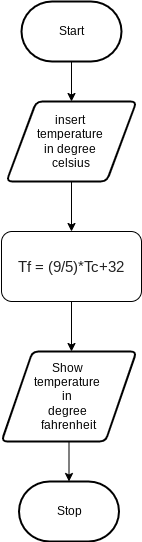
Huzaifa-Khalid-2/ICS3U-Unit5-01-Python keeps this draw.io diagram as flowchart.png. Above is the earlier version. Source tidied: cells renumbered, new cells last; positions are measured from the earlier drawing's top-left corner, leaving out a move shared by most shapes.
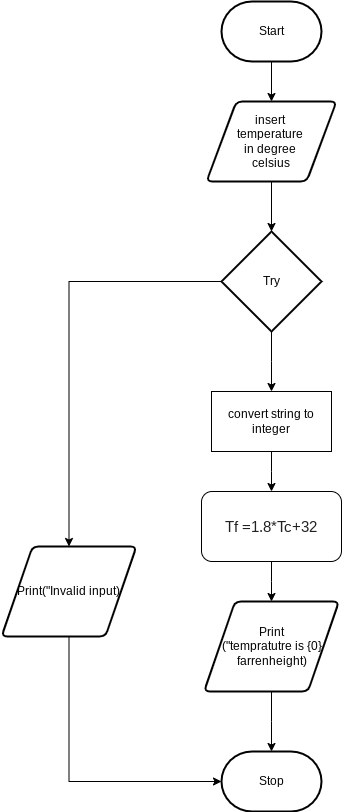
After the commit.

Diff of the diagram source:
```diff
@@ -16,22 +16,52 @@
     <mxCell id="5" value="insert &lt;br&gt;temperature &lt;br&gt;in degree &lt;br&gt;celsius" style="shape=parallelogram;html=1;strokeWidth=2;perimeter=parallelogramPerimeter;whiteSpace=wrap;rounded=1;arcSize=12;size=0.23;" parent="1" vertex="1">
       <mxGeometry x="5" y="100" width="130" height="80" as="geometry" />
     </mxCell>
-    <mxCell id="6" style="edgeStyle=none;html=1;" parent="1" edge="1" source="7">
-      <mxGeometry relative="1" as="geometry">
-        <mxPoint x="70" y="350" as="targetPoint" />
-      </mxGeometry>
-    </mxCell>
+    <mxCell id="11" style="edgeStyle=elbowEdgeStyle;rounded=0;elbow=vertical;html=1;entryX=0.5;entryY=0;entryDx=0;entryDy=0;" parent="1" edge="1" source="7" target="20">
+      <mxGeometry relative="1" as="geometry" />
+    </mxCell>
-    <mxCell id="7" value="&lt;span style=&quot;color: rgb(33 , 33 , 33) ; font-family: &amp;#34;lato&amp;#34; , sans-serif ; font-size: 14.6667px ; text-align: left&quot;&gt;Tf = (9/5)*Tc+32&lt;/span&gt;" style="rounded=1;whiteSpace=wrap;html=1;glass=0;" parent="1" vertex="1">
-      <mxGeometry y="230" width="140" height="70" as="geometry" />
+    <mxCell id="7" value="&lt;span style=&quot;color: rgb(33 , 33 , 33) ; font-family: &amp;#34;lato&amp;#34; , sans-serif ; font-size: 14.6667px ; text-align: left&quot;&gt;Tf =1.8*Tc+32&lt;/span&gt;" style="rounded=1;whiteSpace=wrap;html=1;glass=0;" parent="1" vertex="1">
+      <mxGeometry y="490" width="140" height="70" as="geometry" />
     </mxCell>
-    <mxCell id="8" style="edgeStyle=none;html=1;" parent="1" edge="1" source="9" target="10">
-      <mxGeometry relative="1" as="geometry" />
-    </mxCell>
-    <mxCell id="9" value="Show &lt;br&gt;temperature &lt;br&gt;in &lt;br&gt;degree &lt;br&gt;fahrenheit" style="shape=parallelogram;html=1;strokeWidth=2;perimeter=parallelogramPerimeter;whiteSpace=wrap;rounded=1;arcSize=12;size=0.23;" parent="1" vertex="1">
-      <mxGeometry y="350" width="135" height="90" as="geometry" />
-    </mxCell>
     <mxCell id="10" value="Stop" style="strokeWidth=2;html=1;shape=mxgraph.flowchart.terminator;whiteSpace=wrap;" parent="1" vertex="1">
-      <mxGeometry x="17.5" y="480" width="100" height="60" as="geometry" />
+      <mxGeometry x="20" y="750" width="100" height="60" as="geometry" />
     </mxCell>
+    <mxCell id="12" style="edgeStyle=elbowEdgeStyle;html=1;rounded=0;elbow=vertical;entryX=0.5;entryY=0;entryDx=0;entryDy=0;" parent="1" edge="1" source="14" target="16">
+      <mxGeometry relative="1" as="geometry">
+        <Array as="points">
+          <mxPoint x="-30" y="280" />
+          <mxPoint x="-70" y="270" />
+        </Array>
+      </mxGeometry>
+    </mxCell>
+    <mxCell id="13" style="edgeStyle=elbowEdgeStyle;rounded=0;elbow=vertical;html=1;entryX=0.5;entryY=0;entryDx=0;entryDy=0;" parent="1" edge="1" source="14">
+      <mxGeometry relative="1" as="geometry">
+        <mxPoint x="70" y="390" as="targetPoint" />
+      </mxGeometry>
+    </mxCell>
+    <mxCell id="14" value="Try" style="strokeWidth=2;html=1;shape=mxgraph.flowchart.decision;whiteSpace=wrap;" parent="1" vertex="1">
+      <mxGeometry x="20" y="230" width="100" height="100" as="geometry" />
+    </mxCell>
+    <mxCell id="15" style="edgeStyle=elbowEdgeStyle;rounded=0;html=1;elbow=vertical;entryX=0;entryY=0.5;entryDx=0;entryDy=0;entryPerimeter=0;" parent="1" edge="1" source="16" target="10">
+      <mxGeometry relative="1" as="geometry">
+        <Array as="points">
+          <mxPoint x="-60" y="780" />
+        </Array>
+      </mxGeometry>
+    </mxCell>
+    <mxCell id="16" value="Print(&quot;Invalid input)" style="shape=parallelogram;html=1;strokeWidth=2;perimeter=parallelogramPerimeter;whiteSpace=wrap;rounded=1;arcSize=12;size=0.23;" parent="1" vertex="1">
+      <mxGeometry x="-200" y="545" width="135" height="90" as="geometry" />
+    </mxCell>
+    <mxCell id="17" style="edgeStyle=elbowEdgeStyle;rounded=0;elbow=vertical;html=1;entryX=0.5;entryY=0;entryDx=0;entryDy=0;" parent="1" edge="1" source="18" target="7">
+      <mxGeometry relative="1" as="geometry" />
+    </mxCell>
+    <mxCell id="18" value="convert string to integer" style="rounded=0;whiteSpace=wrap;html=1;" parent="1" vertex="1">
+      <mxGeometry x="10" y="390" width="120" height="60" as="geometry" />
+    </mxCell>
+    <mxCell id="19" style="edgeStyle=elbowEdgeStyle;rounded=0;elbow=vertical;html=1;entryX=0.5;entryY=0;entryDx=0;entryDy=0;entryPerimeter=0;" parent="1" edge="1" source="20" target="10">
+      <mxGeometry relative="1" as="geometry" />
+    </mxCell>
+    <mxCell id="20" value="Print&lt;br&gt;(&quot;tempratutre is {0} farrenheight)" style="shape=parallelogram;html=1;strokeWidth=2;perimeter=parallelogramPerimeter;whiteSpace=wrap;rounded=1;arcSize=12;size=0.23;" parent="1" vertex="1">
+      <mxGeometry x="2.5" y="600" width="135" height="90" as="geometry" />
+    </mxCell>
   </root>
 </mxGraphModel>
```
